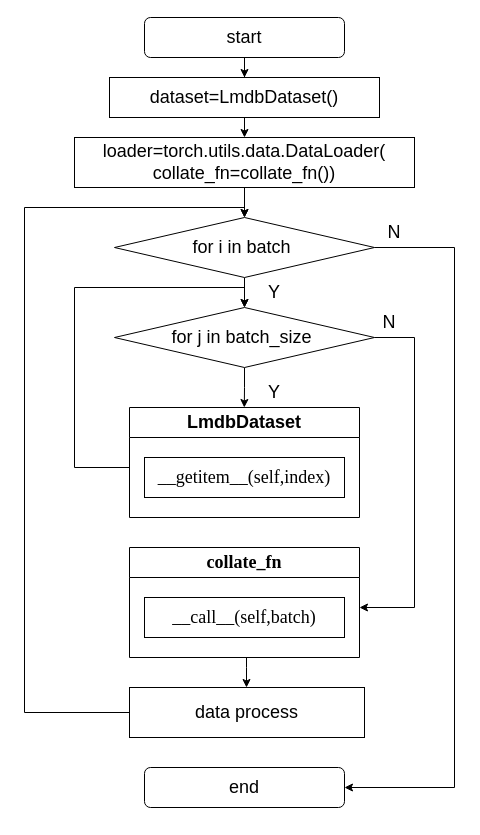
Dong-J93/_pictures keeps this draw.io diagram as thesis_data_load.drawio. Above is the earlier version. Source tidied: cells renumbered, new cells numbered last; positions are measured from the earlier drawing's top-left corner, leaving out a move shared by most shapes. Both pictures are drawn from the tidied source at 100%, with x=0, y=0 at pixel (24, 17).
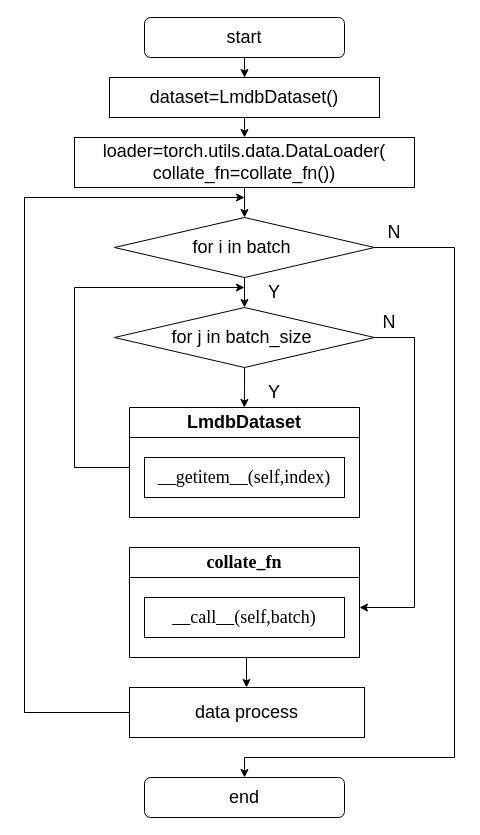
After the change.

The change refers to these unchanged cells:
```xml
<mxCell id="3" value="&lt;font style=&quot;font-size: 18px;&quot;&gt;LmdbDataset&lt;/font&gt;" style="swimlane;whiteSpace=wrap;html=1;startSize=30;" parent="1" vertex="1">
  <mxGeometry x="105" y="390" width="230" height="110" as="geometry" />
</mxCell>
<mxCell id="14" value="&lt;font style=&quot;font-size: 18px;&quot;&gt;for i in batch&amp;nbsp;&lt;/font&gt;" style="rhombus;whiteSpace=wrap;html=1;" parent="1" vertex="1">
  <mxGeometry x="90" y="200" width="260" height="60" as="geometry" />
</mxCell>
<mxCell id="17" value="&lt;font style=&quot;font-size: 18px;&quot;&gt;for j in batch_size&amp;nbsp;&lt;/font&gt;" style="rhombus;whiteSpace=wrap;html=1;" parent="1" vertex="1">
  <mxGeometry x="90" y="290" width="260" height="60" as="geometry" />
</mxCell>
<mxCell id="24" value="&lt;font style=&quot;font-size: 18px;&quot;&gt;data process&lt;/font&gt;" style="rounded=0;whiteSpace=wrap;html=1;" parent="1" vertex="1">
  <mxGeometry x="105" y="670" width="235" height="50" as="geometry" />
</mxCell>
```

Change to the diagram source:
```diff
@@
-    <mxCell id="2" style="edgeStyle=orthogonalEdgeStyle;rounded=0;jettySize=auto;html=1;exitX=0;exitY=0.5;exitDx=0;exitDy=0;entryX=0.5;entryY=0;entryDx=0;entryDy=0;" parent="1" edge="1" source="3" target="17">
+    <mxCell id="2" style="edgeStyle=orthogonalEdgeStyle;rounded=0;jettySize=auto;html=1;exitX=0;exitY=0.5;exitDx=0;exitDy=0;" parent="1" edge="1" source="3">
       <mxGeometry relative="1" as="geometry">
+        <mxPoint x="220" y="270" as="targetPoint" />
         <Array as="points">
           <mxPoint x="50" y="450" />
           <mxPoint x="50" y="270" />
           <mxPoint x="220" y="270" />
         </Array>
       </mxGeometry>
     </mxCell>
@@
-    <mxCell id="13" style="edgeStyle=orthogonalEdgeStyle;rounded=0;jettySize=auto;html=1;exitX=1;exitY=0.5;exitDx=0;exitDy=0;entryX=1;entryY=0.5;entryDx=0;entryDy=0;" parent="1" edge="1" source="14" target="26">
+    <mxCell id="13" style="edgeStyle=orthogonalEdgeStyle;rounded=0;jettySize=auto;html=1;exitX=1;exitY=0.5;exitDx=0;exitDy=0;entryX=0.5;entryY=0;entryDx=0;entryDy=0;" parent="1" edge="1" source="14" target="26">
       <mxGeometry relative="1" as="geometry">
         <Array as="points">
           <mxPoint x="430" y="230" />
-          <mxPoint x="430" y="770" />
+          <mxPoint x="430" y="740" />
+          <mxPoint x="220" y="740" />
         </Array>
       </mxGeometry>
     </mxCell>
@@
-    <mxCell id="23" style="edgeStyle=orthogonalEdgeStyle;rounded=0;jettySize=auto;html=1;entryX=0.5;entryY=0;entryDx=0;entryDy=0;" parent="1" edge="1" source="24" target="14">
+    <mxCell id="23" style="edgeStyle=orthogonalEdgeStyle;rounded=0;jettySize=auto;html=1;" parent="1" edge="1" source="24">
       <mxGeometry relative="1" as="geometry">
+        <mxPoint x="220" y="180" as="targetPoint" />
         <Array as="points">
           <mxPoint y="695" />
-          <mxPoint y="190" />
-          <mxPoint x="220" y="190" />
+          <mxPoint y="180" />
+          <mxPoint x="220" y="180" />
         </Array>
       </mxGeometry>
     </mxCell>
@@
     <mxCell id="26" value="&lt;font style=&quot;font-size: 18px;&quot;&gt;end&lt;/font&gt;" style="rounded=1;whiteSpace=wrap;html=1;" parent="1" vertex="1">
-      <mxGeometry x="120" y="750" width="200" height="40" as="geometry" />
+      <mxGeometry x="120" y="760" width="200" height="40" as="geometry" />
     </mxCell>
```
